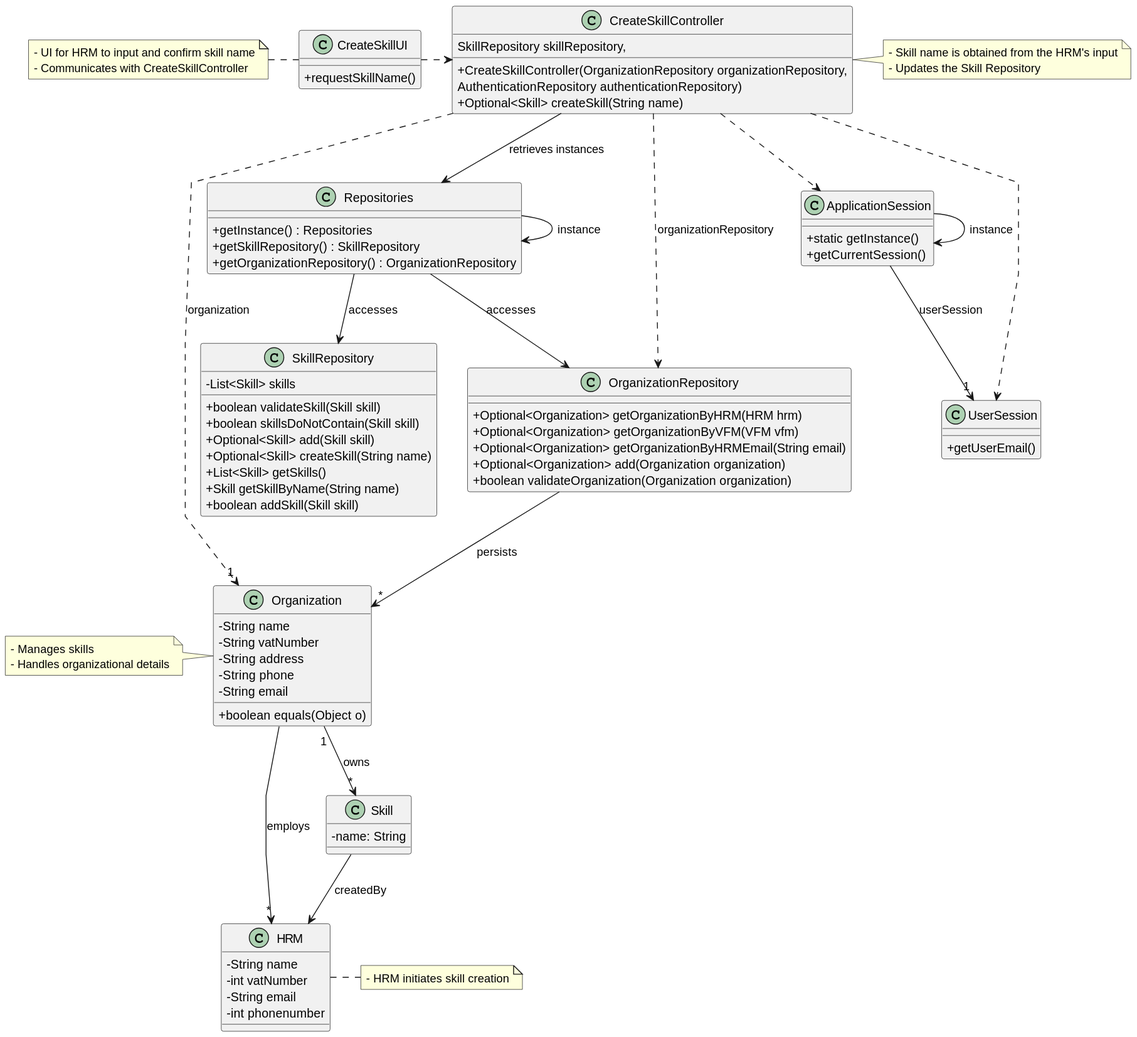
Above: docs/sprint3/us001/03.design/svg/us001-class-diagram.svg in tiagosoa/lei-24-s2-1dgh-g073 (PlantUML), before the change.
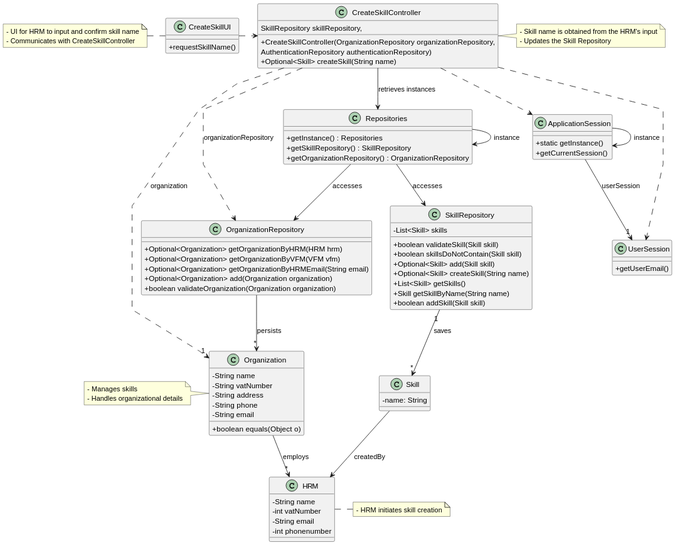
After the commit.

What changed in the source:
```diff
@@ -110,7 +110,7 @@
 CreateSkillController ..> "1" Organization : organization
 CreateSkillController ..> ApplicationSession
 CreateSkillController ..> UserSession
-Organization "1" --> "*" Skill : owns
+SkillRepository"1" --> "*" Skill : saves
 Skill --> HRM : createdBy
 
 Organization --> "*" HRM : employs
```
